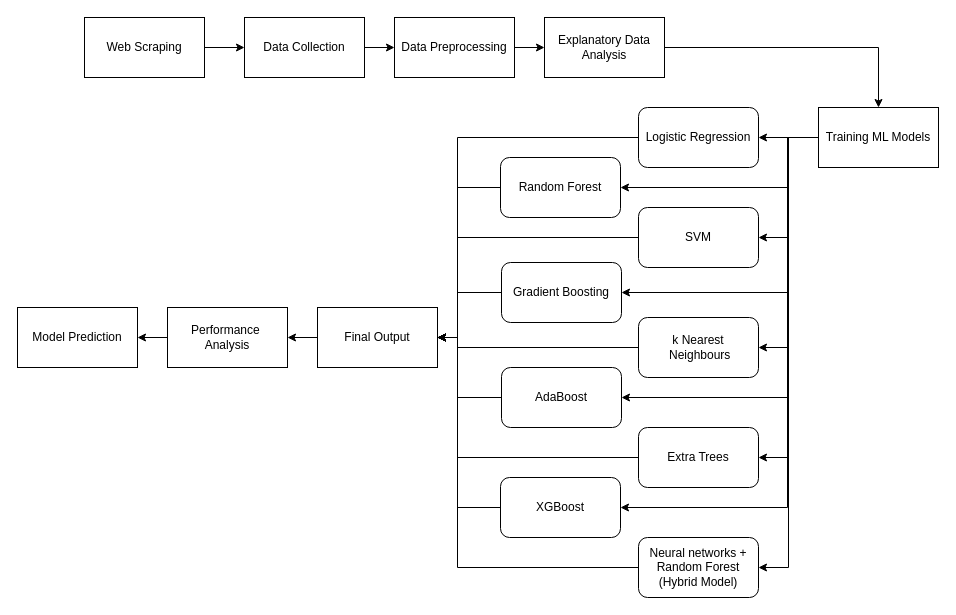
The draw.io diagram System architecture .drawio in illuminatryX/Website-Analysis, before the edit. Source tidied: cells renumbered, new cells numbered last; positions are measured from the earlier drawing's top-left corner, leaving out a move shared by most shapes. Both pictures are drawn from the tidied source at 100%, with x=0, y=0 at pixel (17, 17).
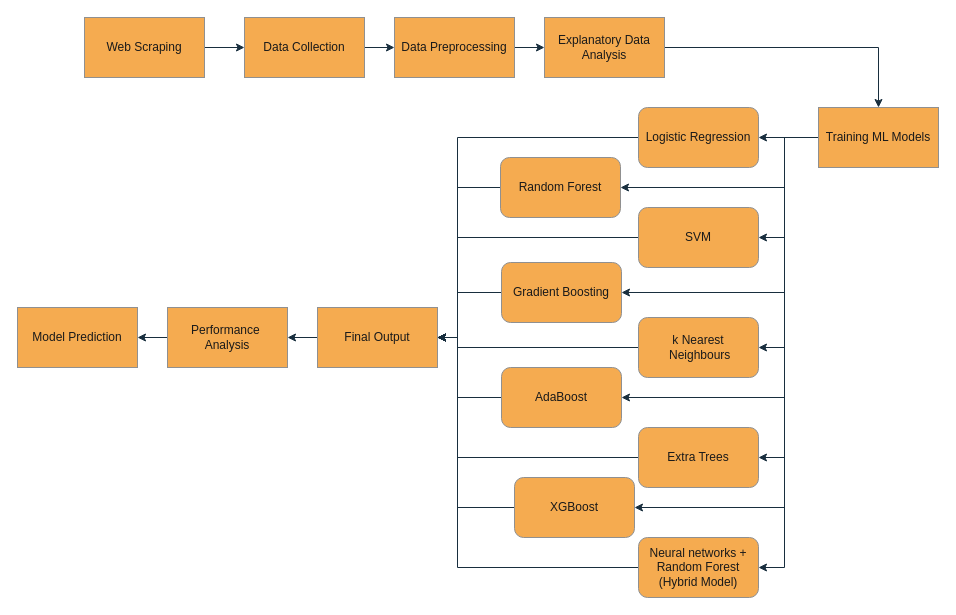
After the change.

The edit, as a diff of the source:
```diff
@@
-    <mxCell id="2" style="edgeStyle=orthogonalEdgeStyle;rounded=0;jettySize=auto;html=1;entryX=0;entryY=0.5;entryDx=0;entryDy=0;" parent="1" edge="1" source="3" target="5">
+    <mxCell id="2" style="edgeStyle=orthogonalEdgeStyle;rounded=0;jettySize=auto;html=1;entryX=0;entryY=0.5;entryDx=0;entryDy=0;labelBackgroundColor=none;strokeColor=#182E3E;fontColor=default;" parent="1" edge="1" source="3" target="5">
       <mxGeometry relative="1" as="geometry" />
     </mxCell>
-    <mxCell id="3" value="Data Collection" style="rounded=0;whiteSpace=wrap;html=1;" parent="1" vertex="1">
+    <mxCell id="3" value="Data Collection" style="rounded=0;whiteSpace=wrap;html=1;labelBackgroundColor=none;fillColor=#F5AB50;strokeColor=#909090;fontColor=#1A1A1A;" parent="1" vertex="1">
       <mxGeometry x="227" width="120" height="60" as="geometry" />
     </mxCell>
-    <mxCell id="4" style="edgeStyle=orthogonalEdgeStyle;rounded=0;jettySize=auto;html=1;entryX=0;entryY=0.5;entryDx=0;entryDy=0;" parent="1" edge="1" source="5" target="9">
+    <mxCell id="4" style="edgeStyle=orthogonalEdgeStyle;rounded=0;jettySize=auto;html=1;entryX=0;entryY=0.5;entryDx=0;entryDy=0;labelBackgroundColor=none;strokeColor=#182E3E;fontColor=default;" parent="1" edge="1" source="5" target="9">
       <mxGeometry relative="1" as="geometry" />
     </mxCell>
-    <mxCell id="5" value="Data Preprocessing" style="rounded=0;whiteSpace=wrap;html=1;" parent="1" vertex="1">
+    <mxCell id="5" value="Data Preprocessing" style="rounded=0;whiteSpace=wrap;html=1;labelBackgroundColor=none;fillColor=#F5AB50;strokeColor=#909090;fontColor=#1A1A1A;" parent="1" vertex="1">
       <mxGeometry x="377" width="120" height="60" as="geometry" />
     </mxCell>
-    <mxCell id="6" style="edgeStyle=orthogonalEdgeStyle;rounded=0;jettySize=auto;html=1;entryX=0;entryY=0.5;entryDx=0;entryDy=0;" parent="1" edge="1" source="7" target="3">
+    <mxCell id="6" style="edgeStyle=orthogonalEdgeStyle;rounded=0;jettySize=auto;html=1;entryX=0;entryY=0.5;entryDx=0;entryDy=0;labelBackgroundColor=none;strokeColor=#182E3E;fontColor=default;" parent="1" edge="1" source="7" target="3">
       <mxGeometry relative="1" as="geometry" />
     </mxCell>
-    <mxCell id="7" value="Web Scraping" style="rounded=0;whiteSpace=wrap;html=1;" parent="1" vertex="1">
+    <mxCell id="7" value="Web Scraping" style="rounded=0;whiteSpace=wrap;html=1;labelBackgroundColor=none;fillColor=#F5AB50;strokeColor=#909090;fontColor=#1A1A1A;" parent="1" vertex="1">
       <mxGeometry x="67" width="120" height="60" as="geometry" />
     </mxCell>
-    <mxCell id="8" style="edgeStyle=orthogonalEdgeStyle;rounded=0;jettySize=auto;html=1;entryX=0.5;entryY=0;entryDx=0;entryDy=0;" parent="1" edge="1" source="9" target="19">
+    <mxCell id="8" style="edgeStyle=orthogonalEdgeStyle;rounded=0;jettySize=auto;html=1;entryX=0.5;entryY=0;entryDx=0;entryDy=0;labelBackgroundColor=none;strokeColor=#182E3E;fontColor=default;" parent="1" edge="1" source="9" target="19">
       <mxGeometry relative="1" as="geometry" />
     </mxCell>
-    <mxCell id="9" value="Explanatory Data Analysis" style="rounded=0;whiteSpace=wrap;html=1;" parent="1" vertex="1">
+    <mxCell id="9" value="Explanatory Data Analysis" style="rounded=0;whiteSpace=wrap;html=1;labelBackgroundColor=none;fillColor=#F5AB50;strokeColor=#909090;fontColor=#1A1A1A;" parent="1" vertex="1">
       <mxGeometry x="527" width="120" height="60" as="geometry" />
     </mxCell>
-    <mxCell id="10" style="edgeStyle=orthogonalEdgeStyle;rounded=0;jettySize=auto;html=1;entryX=1;entryY=0.5;entryDx=0;entryDy=0;" parent="1" edge="1" source="19" target="21">
+    <mxCell id="10" style="edgeStyle=orthogonalEdgeStyle;rounded=0;jettySize=auto;html=1;entryX=1;entryY=0.5;entryDx=0;entryDy=0;labelBackgroundColor=none;strokeColor=#182E3E;fontColor=default;" parent="1" edge="1" source="19" target="21">
       <mxGeometry relative="1" as="geometry" />
     </mxCell>
-    <mxCell id="11" style="edgeStyle=orthogonalEdgeStyle;rounded=0;jettySize=auto;html=1;entryX=1;entryY=0.5;entryDx=0;entryDy=0;" parent="1" edge="1" source="19" target="23">
+    <mxCell id="11" style="edgeStyle=orthogonalEdgeStyle;rounded=0;jettySize=auto;html=1;strokeColor=#182E3E;fontColor=#1A1A1A;" parent="1" edge="1" source="19" target="23">
       <mxGeometry relative="1" as="geometry">
         <Array as="points">
-          <mxPoint x="770" y="120" />
-          <mxPoint x="770" y="170" />
+          <mxPoint x="767" y="120" />
+          <mxPoint x="767" y="170" />
         </Array>
       </mxGeometry>
     </mxCell>
-    <mxCell id="12" style="edgeStyle=orthogonalEdgeStyle;rounded=0;jettySize=auto;html=1;entryX=1;entryY=0.5;entryDx=0;entryDy=0;" parent="1" edge="1" source="19" target="25">
-      <mxGeometry relative="1" as="geometry" />
+    <mxCell id="12" style="edgeStyle=orthogonalEdgeStyle;rounded=0;jettySize=auto;html=1;entryX=1;entryY=0.5;entryDx=0;entryDy=0;strokeColor=#182E3E;fontColor=#1A1A1A;" parent="1" edge="1" source="19" target="25">
+      <mxGeometry relative="1" as="geometry">
+        <Array as="points">
+          <mxPoint x="767" y="120" />
+          <mxPoint x="767" y="220" />
+        </Array>
+      </mxGeometry>
     </mxCell>
-    <mxCell id="13" style="edgeStyle=orthogonalEdgeStyle;rounded=0;jettySize=auto;html=1;entryX=1;entryY=0.5;entryDx=0;entryDy=0;" parent="1" edge="1" source="19" target="27">
+    <mxCell id="13" style="edgeStyle=orthogonalEdgeStyle;rounded=0;jettySize=auto;html=1;entryX=1;entryY=0.5;entryDx=0;entryDy=0;strokeColor=#182E3E;fontColor=#1A1A1A;" parent="1" edge="1" source="19" target="27">
       <mxGeometry relative="1" as="geometry">
         <Array as="points">
-          <mxPoint x="770" y="120" />
-          <mxPoint x="770" y="275" />
+          <mxPoint x="767" y="120" />
+          <mxPoint x="767" y="275" />
         </Array>
       </mxGeometry>
     </mxCell>
-    <mxCell id="14" style="edgeStyle=orthogonalEdgeStyle;rounded=0;jettySize=auto;html=1;entryX=1;entryY=0.5;entryDx=0;entryDy=0;" parent="1" edge="1" source="19" target="29">
-      <mxGeometry relative="1" as="geometry" />
+    <mxCell id="14" style="edgeStyle=orthogonalEdgeStyle;rounded=0;jettySize=auto;html=1;entryX=1;entryY=0.5;entryDx=0;entryDy=0;strokeColor=#182E3E;fontColor=#1A1A1A;" parent="1" edge="1" source="19" target="29">
+      <mxGeometry relative="1" as="geometry">
+        <Array as="points">
+          <mxPoint x="767" y="120" />
+          <mxPoint x="767" y="330" />
+        </Array>
+      </mxGeometry>
     </mxCell>
-    <mxCell id="15" style="edgeStyle=orthogonalEdgeStyle;rounded=0;jettySize=auto;html=1;entryX=1;entryY=0.5;entryDx=0;entryDy=0;" parent="1" edge="1" source="19" target="31">
+    <mxCell id="15" style="edgeStyle=orthogonalEdgeStyle;rounded=0;jettySize=auto;html=1;entryX=1;entryY=0.5;entryDx=0;entryDy=0;strokeColor=#182E3E;fontColor=#1A1A1A;" parent="1" edge="1" source="19" target="31">
       <mxGeometry relative="1" as="geometry">
         <Array as="points">
-          <mxPoint x="770" y="120" />
-          <mxPoint x="770" y="380" />
+          <mxPoint x="767" y="120" />
+          <mxPoint x="767" y="380" />
         </Array>
       </mxGeometry>
     </mxCell>
-    <mxCell id="16" style="edgeStyle=orthogonalEdgeStyle;rounded=0;jettySize=auto;html=1;entryX=1;entryY=0.5;entryDx=0;entryDy=0;" parent="1" edge="1" source="19" target="33">
-      <mxGeometry relative="1" as="geometry" />
+    <mxCell id="16" style="edgeStyle=orthogonalEdgeStyle;rounded=0;jettySize=auto;html=1;entryX=1;entryY=0.5;entryDx=0;entryDy=0;strokeColor=#182E3E;fontColor=#1A1A1A;" parent="1" edge="1" source="19" target="33">
+      <mxGeometry relative="1" as="geometry">
+        <Array as="points">
+          <mxPoint x="767" y="120" />
+          <mxPoint x="767" y="440" />
+        </Array>
+      </mxGeometry>
     </mxCell>
-    <mxCell id="17" style="edgeStyle=orthogonalEdgeStyle;rounded=0;jettySize=auto;html=1;entryX=1;entryY=0.5;entryDx=0;entryDy=0;" parent="1" edge="1" source="19" target="35">
+    <mxCell id="17" style="edgeStyle=orthogonalEdgeStyle;rounded=0;jettySize=auto;html=1;entryX=1;entryY=0.5;entryDx=0;entryDy=0;strokeColor=#182E3E;fontColor=#1A1A1A;" parent="1" edge="1" source="19" target="35">
       <mxGeometry relative="1" as="geometry">
         <Array as="points">
-          <mxPoint x="770" y="120" />
-          <mxPoint x="770" y="490" />
+          <mxPoint x="767" y="120" />
+          <mxPoint x="767" y="490" />
         </Array>
       </mxGeometry>
     </mxCell>
-    <mxCell id="18" style="edgeStyle=orthogonalEdgeStyle;rounded=0;jettySize=auto;html=1;entryX=1;entryY=0.5;entryDx=0;entryDy=0;" parent="1" edge="1" source="19" target="37">
-      <mxGeometry relative="1" as="geometry" />
+    <mxCell id="18" style="edgeStyle=orthogonalEdgeStyle;rounded=0;jettySize=auto;html=1;entryX=1;entryY=0.5;entryDx=0;entryDy=0;strokeColor=#182E3E;fontColor=#1A1A1A;" parent="1" edge="1" source="19" target="37">
+      <mxGeometry relative="1" as="geometry">
+        <Array as="points">
+          <mxPoint x="767" y="120" />
+          <mxPoint x="767" y="550" />
+        </Array>
+      </mxGeometry>
     </mxCell>
-    <mxCell id="19" value="Training ML Models" style="rounded=0;whiteSpace=wrap;html=1;" parent="1" vertex="1">
+    <mxCell id="19" value="Training ML Models" style="rounded=0;whiteSpace=wrap;html=1;labelBackgroundColor=none;fillColor=#F5AB50;strokeColor=#909090;fontColor=#1A1A1A;" parent="1" vertex="1">
       <mxGeometry x="801" y="90" width="120" height="60" as="geometry" />
     </mxCell>
-    <mxCell id="20" style="edgeStyle=orthogonalEdgeStyle;rounded=0;jettySize=auto;html=1;entryX=1;entryY=0.5;entryDx=0;entryDy=0;" parent="1" edge="1" source="21" target="42">
+    <mxCell id="20" style="edgeStyle=orthogonalEdgeStyle;rounded=0;jettySize=auto;html=1;entryX=1;entryY=0.5;entryDx=0;entryDy=0;labelBackgroundColor=none;strokeColor=#182E3E;fontColor=default;" parent="1" edge="1" source="21" target="42">
       <mxGeometry relative="1" as="geometry">
         <Array as="points">
           <mxPoint x="440" y="120" />
           <mxPoint x="440" y="320" />
         </Array>
       </mxGeometry>
     </mxCell>
-    <mxCell id="21" value="Logistic Regression" style="rounded=1;whiteSpace=wrap;html=1;" parent="1" vertex="1">
+    <mxCell id="21" value="Logistic Regression" style="rounded=1;whiteSpace=wrap;html=1;labelBackgroundColor=none;fillColor=#F5AB50;strokeColor=#909090;fontColor=#1A1A1A;" parent="1" vertex="1">
       <mxGeometry x="621" y="90" width="120" height="60" as="geometry" />
     </mxCell>
-    <mxCell id="22" style="edgeStyle=orthogonalEdgeStyle;rounded=0;jettySize=auto;html=1;entryX=1;entryY=0.5;entryDx=0;entryDy=0;" parent="1" edge="1" source="23" target="42">
+    <mxCell id="22" style="edgeStyle=orthogonalEdgeStyle;rounded=0;jettySize=auto;html=1;entryX=1;entryY=0.5;entryDx=0;entryDy=0;labelBackgroundColor=none;strokeColor=#182E3E;fontColor=default;" parent="1" edge="1" source="23" target="42">
       <mxGeometry relative="1" as="geometry">
         <Array as="points">
           <mxPoint x="440" y="170" />
           <mxPoint x="440" y="320" />
         </Array>
       </mxGeometry>
     </mxCell>
-    <mxCell id="23" value="Random Forest" style="rounded=1;whiteSpace=wrap;html=1;" parent="1" vertex="1">
+    <mxCell id="23" value="Random Forest" style="rounded=1;whiteSpace=wrap;html=1;labelBackgroundColor=none;fillColor=#F5AB50;strokeColor=#909090;fontColor=#1A1A1A;" parent="1" vertex="1">
       <mxGeometry x="483" y="140" width="120" height="60" as="geometry" />
     </mxCell>
-    <mxCell id="24" style="edgeStyle=orthogonalEdgeStyle;rounded=0;jettySize=auto;html=1;entryX=1;entryY=0.5;entryDx=0;entryDy=0;" parent="1" edge="1" source="25" target="42">
+    <mxCell id="24" style="edgeStyle=orthogonalEdgeStyle;rounded=0;jettySize=auto;html=1;entryX=1;entryY=0.5;entryDx=0;entryDy=0;labelBackgroundColor=none;strokeColor=#182E3E;fontColor=default;" parent="1" edge="1" source="25" target="42">
       <mxGeometry relative="1" as="geometry">
         <Array as="points">
           <mxPoint x="440" y="220" />
           <mxPoint x="440" y="320" />
         </Array>
       </mxGeometry>
     </mxCell>
-    <mxCell id="25" value="SVM" style="rounded=1;whiteSpace=wrap;html=1;" parent="1" vertex="1">
+    <mxCell id="25" value="SVM" style="rounded=1;whiteSpace=wrap;html=1;labelBackgroundColor=none;fillColor=#F5AB50;strokeColor=#909090;fontColor=#1A1A1A;" parent="1" vertex="1">
       <mxGeometry x="621" y="190" width="120" height="60" as="geometry" />
     </mxCell>
-    <mxCell id="26" style="edgeStyle=orthogonalEdgeStyle;rounded=0;jettySize=auto;html=1;entryX=1;entryY=0.5;entryDx=0;entryDy=0;" parent="1" edge="1" source="27" target="42">
+    <mxCell id="26" style="edgeStyle=orthogonalEdgeStyle;rounded=0;jettySize=auto;html=1;entryX=1;entryY=0.5;entryDx=0;entryDy=0;labelBackgroundColor=none;strokeColor=#182E3E;fontColor=default;" parent="1" edge="1" source="27" target="42">
       <mxGeometry relative="1" as="geometry">
         <Array as="points">
           <mxPoint x="440" y="275" />
           <mxPoint x="440" y="320" />
         </Array>
       </mxGeometry>
     </mxCell>
-    <mxCell id="27" value="Gradient Boosting" style="rounded=1;whiteSpace=wrap;html=1;" parent="1" vertex="1">
+    <mxCell id="27" value="Gradient Boosting" style="rounded=1;whiteSpace=wrap;html=1;labelBackgroundColor=none;fillColor=#F5AB50;strokeColor=#909090;fontColor=#1A1A1A;" parent="1" vertex="1">
       <mxGeometry x="484" y="245" width="120" height="60" as="geometry" />
     </mxCell>
-    <mxCell id="28" style="edgeStyle=orthogonalEdgeStyle;rounded=0;jettySize=auto;html=1;" parent="1" edge="1" source="29" target="42">
+    <mxCell id="28" style="edgeStyle=orthogonalEdgeStyle;rounded=0;jettySize=auto;html=1;labelBackgroundColor=none;strokeColor=#182E3E;fontColor=default;" parent="1" edge="1" source="29" target="42">
       <mxGeometry relative="1" as="geometry">
         <Array as="points">
           <mxPoint x="440" y="330" />
           <mxPoint x="440" y="320" />
         </Array>
       </mxGeometry>
     </mxCell>
-    <mxCell id="29" value="k Nearest&lt;div&gt;&amp;nbsp;Neighbours&lt;/div&gt;" style="rounded=1;whiteSpace=wrap;html=1;" parent="1" vertex="1">
+    <mxCell id="29" value="k Nearest&lt;div&gt;&amp;nbsp;Neighbours&lt;/div&gt;" style="rounded=1;whiteSpace=wrap;html=1;labelBackgroundColor=none;fillColor=#F5AB50;strokeColor=#909090;fontColor=#1A1A1A;" parent="1" vertex="1">
       <mxGeometry x="621" y="300" width="120" height="60" as="geometry" />
     </mxCell>
-    <mxCell id="30" style="edgeStyle=orthogonalEdgeStyle;rounded=0;jettySize=auto;html=1;entryX=1;entryY=0.5;entryDx=0;entryDy=0;" parent="1" edge="1" source="31" target="42">
+    <mxCell id="30" style="edgeStyle=orthogonalEdgeStyle;rounded=0;jettySize=auto;html=1;entryX=1;entryY=0.5;entryDx=0;entryDy=0;labelBackgroundColor=none;strokeColor=#182E3E;fontColor=default;" parent="1" edge="1" source="31" target="42">
       <mxGeometry relative="1" as="geometry">
         <Array as="points">
           <mxPoint x="440" y="380" />
           <mxPoint x="440" y="320" />
         </Array>
       </mxGeometry>
     </mxCell>
-    <mxCell id="31" value="AdaBoost" style="rounded=1;whiteSpace=wrap;html=1;" parent="1" vertex="1">
+    <mxCell id="31" value="AdaBoost" style="rounded=1;whiteSpace=wrap;html=1;labelBackgroundColor=none;fillColor=#F5AB50;strokeColor=#909090;fontColor=#1A1A1A;" parent="1" vertex="1">
       <mxGeometry x="484" y="350" width="120" height="60" as="geometry" />
     </mxCell>
-    <mxCell id="32" style="edgeStyle=orthogonalEdgeStyle;rounded=0;jettySize=auto;html=1;entryX=1;entryY=0.5;entryDx=0;entryDy=0;" parent="1" edge="1" source="33" target="42">
+    <mxCell id="32" style="edgeStyle=orthogonalEdgeStyle;rounded=0;jettySize=auto;html=1;entryX=1;entryY=0.5;entryDx=0;entryDy=0;labelBackgroundColor=none;strokeColor=#182E3E;fontColor=default;" parent="1" edge="1" source="33" target="42">
       <mxGeometry relative="1" as="geometry">
         <Array as="points">
           <mxPoint x="440" y="440" />
           <mxPoint x="440" y="320" />
         </Array>
       </mxGeometry>
     </mxCell>
-    <mxCell id="33" value="Extra Trees" style="rounded=1;whiteSpace=wrap;html=1;" parent="1" vertex="1">
+    <mxCell id="33" value="Extra Trees" style="rounded=1;whiteSpace=wrap;html=1;labelBackgroundColor=none;fillColor=#F5AB50;strokeColor=#909090;fontColor=#1A1A1A;" parent="1" vertex="1">
       <mxGeometry x="621" y="410" width="120" height="60" as="geometry" />
     </mxCell>
-    <mxCell id="34" style="edgeStyle=orthogonalEdgeStyle;rounded=0;jettySize=auto;html=1;entryX=1;entryY=0.5;entryDx=0;entryDy=0;" parent="1" edge="1" source="35" target="42">
+    <mxCell id="34" style="edgeStyle=orthogonalEdgeStyle;rounded=0;jettySize=auto;html=1;entryX=1;entryY=0.5;entryDx=0;entryDy=0;labelBackgroundColor=none;strokeColor=#182E3E;fontColor=default;" parent="1" edge="1" source="35" target="42">
       <mxGeometry relative="1" as="geometry">
         <Array as="points">
           <mxPoint x="440" y="490" />
           <mxPoint x="440" y="320" />
         </Array>
       </mxGeometry>
     </mxCell>
-    <mxCell id="35" value="XGBoost" style="rounded=1;whiteSpace=wrap;html=1;" parent="1" vertex="1">
-      <mxGeometry x="483" y="460" width="120" height="60" as="geometry" />
+    <mxCell id="35" value="XGBoost" style="rounded=1;whiteSpace=wrap;html=1;labelBackgroundColor=none;fillColor=#F5AB50;strokeColor=#909090;fontColor=#1A1A1A;" parent="1" vertex="1">
+      <mxGeometry x="497" y="460" width="120" height="60" as="geometry" />
     </mxCell>
-    <mxCell id="36" style="edgeStyle=orthogonalEdgeStyle;rounded=0;jettySize=auto;html=1;entryX=1;entryY=0.5;entryDx=0;entryDy=0;" parent="1" edge="1" source="37" target="42">
+    <mxCell id="36" style="edgeStyle=orthogonalEdgeStyle;rounded=0;jettySize=auto;html=1;entryX=1;entryY=0.5;entryDx=0;entryDy=0;labelBackgroundColor=none;strokeColor=#182E3E;fontColor=default;" parent="1" edge="1" source="37" target="42">
       <mxGeometry relative="1" as="geometry">
         <Array as="points">
           <mxPoint x="440" y="550" />
           <mxPoint x="440" y="320" />
         </Array>
       </mxGeometry>
     </mxCell>
-    <mxCell id="37" value="Neural networks + Random Forest (Hybrid Model)" style="rounded=1;whiteSpace=wrap;html=1;" parent="1" vertex="1">
+    <mxCell id="37" value="Neural networks + Random Forest (Hybrid Model)" style="rounded=1;whiteSpace=wrap;html=1;labelBackgroundColor=none;fillColor=#F5AB50;strokeColor=#909090;fontColor=#1A1A1A;" parent="1" vertex="1">
       <mxGeometry x="621" y="520" width="120" height="60" as="geometry" />
     </mxCell>
-    <mxCell id="38" value="Model Prediction" style="rounded=0;whiteSpace=wrap;html=1;" parent="1" vertex="1">
+    <mxCell id="38" value="Model Prediction" style="rounded=0;whiteSpace=wrap;html=1;labelBackgroundColor=none;fillColor=#F5AB50;strokeColor=#909090;fontColor=#1A1A1A;" parent="1" vertex="1">
       <mxGeometry y="290" width="120" height="60" as="geometry" />
     </mxCell>
-    <mxCell id="39" style="edgeStyle=orthogonalEdgeStyle;rounded=0;jettySize=auto;html=1;" parent="1" edge="1" source="40" target="38">
+    <mxCell id="39" style="edgeStyle=orthogonalEdgeStyle;rounded=0;jettySize=auto;html=1;labelBackgroundColor=none;strokeColor=#182E3E;fontColor=default;" parent="1" edge="1" source="40" target="38">
       <mxGeometry relative="1" as="geometry" />
     </mxCell>
-    <mxCell id="40" value="Performance&amp;nbsp;&lt;div&gt;Analysis&lt;/div&gt;" style="rounded=0;whiteSpace=wrap;html=1;" parent="1" vertex="1">
+    <mxCell id="40" value="Performance&amp;nbsp;&lt;div&gt;Analysis&lt;/div&gt;" style="rounded=0;whiteSpace=wrap;html=1;labelBackgroundColor=none;fillColor=#F5AB50;strokeColor=#909090;fontColor=#1A1A1A;" parent="1" vertex="1">
       <mxGeometry x="150" y="290" width="120" height="60" as="geometry" />
     </mxCell>
-    <mxCell id="41" style="edgeStyle=orthogonalEdgeStyle;rounded=0;jettySize=auto;html=1;" parent="1" edge="1" source="42" target="40">
+    <mxCell id="41" style="edgeStyle=orthogonalEdgeStyle;rounded=0;jettySize=auto;html=1;labelBackgroundColor=none;strokeColor=#182E3E;fontColor=default;" parent="1" edge="1" source="42" target="40">
       <mxGeometry relative="1" as="geometry" />
     </mxCell>
-    <mxCell id="42" value="Final Output" style="rounded=0;whiteSpace=wrap;html=1;" parent="1" vertex="1">
+    <mxCell id="42" value="Final Output" style="rounded=0;whiteSpace=wrap;html=1;labelBackgroundColor=none;fillColor=#F5AB50;strokeColor=#909090;fontColor=#1A1A1A;" parent="1" vertex="1">
       <mxGeometry x="300" y="290" width="120" height="60" as="geometry" />
     </mxCell>
```
